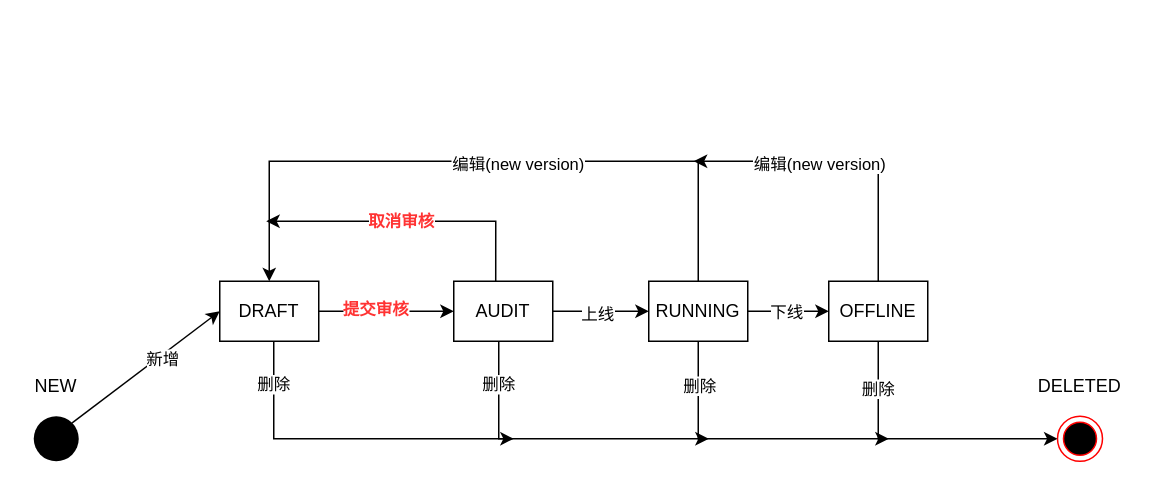
The draw.io diagram portal-state-transition.drawio in learn2Pro/draw_io_save, before the edit. Source tidied: cells renumbered, new cells numbered last; positions are measured from the earlier drawing's top-left corner, leaving out a move shared by most shapes. Both pictures are drawn from the tidied source at 150%, with x=0, y=0 at pixel (26, 160).
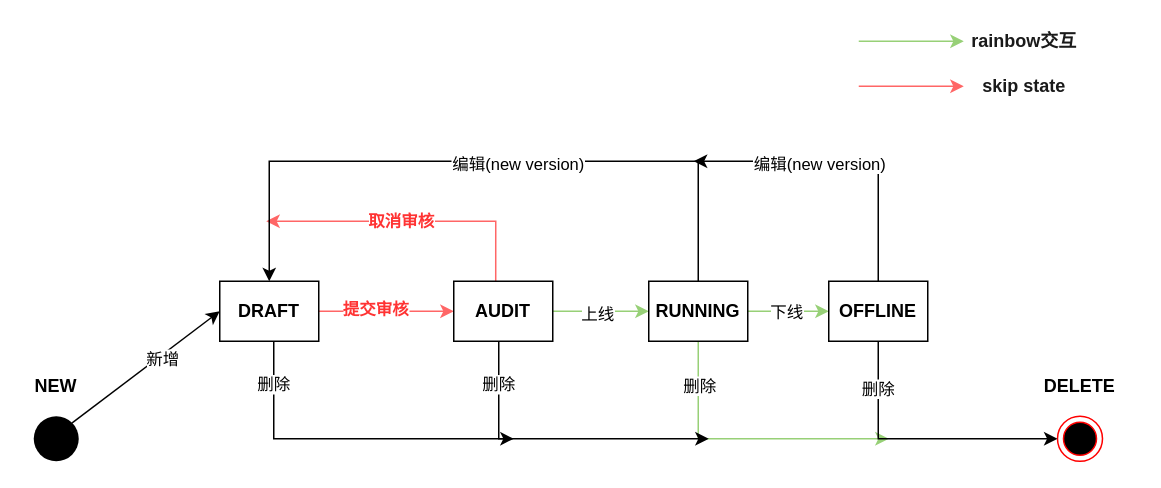
Above is the later version.

The change refers to these unchanged cells:
```xml
<mxCell id="7" style="group;" parent="1" vertex="1">
  <mxGeometry x="665" y="140" width="75" height="60" as="geometry" />
</mxCell>
<mxCell id="10" style="group;" parent="1" vertex="1">
  <mxGeometry y="140" width="40" height="60" as="geometry" />
</mxCell>
```

Diff of the diagram source:
```diff
@@
-    <mxCell id="2" style="edgeStyle=orthogonalEdgeStyle;rounded=0;jettySize=auto;html=1;entryX=0;entryY=0.5;entryDx=0;entryDy=0;" parent="1" edge="1" source="4" target="17">
+    <mxCell id="2" style="edgeStyle=orthogonalEdgeStyle;rounded=0;jettySize=auto;html=1;entryX=0;entryY=0.5;entryDx=0;entryDy=0;strokeColor=#FF6666;" parent="1" edge="1" source="4" target="17">
       <mxGeometry relative="1" as="geometry" />
     </mxCell>
@@
-    <mxCell id="4" value="DRAFT" style="rounded=0;whiteSpace=wrap;html=1;" parent="1" vertex="1">
+    <mxCell id="4" value="&lt;b&gt;DRAFT&lt;/b&gt;" style="rounded=0;whiteSpace=wrap;html=1;" parent="1" vertex="1">
       <mxGeometry x="129" y="80" width="66" height="40" as="geometry" />
     </mxCell>
@@
-    <mxCell id="9" value="DELETED" style="text;html=1;strokeColor=none;fillColor=none;align=center;verticalAlign=middle;whiteSpace=wrap;rounded=0;" parent="7" vertex="1">
+    <mxCell id="9" value="&lt;b&gt;DELETE&lt;/b&gt;" style="text;html=1;strokeColor=none;fillColor=none;align=center;verticalAlign=middle;whiteSpace=wrap;rounded=0;" parent="7" vertex="1">
       <mxGeometry width="75" height="20" as="geometry" />
     </mxCell>
@@
-    <mxCell id="12" value="NEW" style="text;html=1;strokeColor=none;fillColor=none;align=center;verticalAlign=middle;whiteSpace=wrap;rounded=0;" parent="10" vertex="1">
+    <mxCell id="12" value="&lt;b&gt;NEW&lt;/b&gt;" style="text;html=1;strokeColor=none;fillColor=none;align=center;verticalAlign=middle;whiteSpace=wrap;rounded=0;" parent="10" vertex="1">
       <mxGeometry width="40" height="20" as="geometry" />
     </mxCell>
-    <mxCell id="13" style="edgeStyle=orthogonalEdgeStyle;rounded=0;jettySize=auto;html=1;" parent="1" edge="1" source="17" target="24">
+    <mxCell id="13" style="edgeStyle=orthogonalEdgeStyle;rounded=0;jettySize=auto;html=1;fontColor=#97D077;strokeColor=#97D077;" parent="1" edge="1" source="17" target="24">
       <mxGeometry relative="1" as="geometry" />
     </mxCell>
@@
-    <mxCell id="15" style="edgeStyle=orthogonalEdgeStyle;rounded=0;jettySize=auto;html=1;exitX=0.424;exitY=0;exitDx=0;exitDy=0;exitPerimeter=0;" parent="1" edge="1" source="17">
+    <mxCell id="15" style="edgeStyle=orthogonalEdgeStyle;rounded=0;jettySize=auto;html=1;exitX=0.424;exitY=0;exitDx=0;exitDy=0;exitPerimeter=0;strokeColor=#FF6666;" parent="1" edge="1" source="17">
       <mxGeometry relative="1" as="geometry">
         <mxPoint x="160" y="40" as="targetPoint" />
         <Array as="points">
           <mxPoint x="313" y="40" />
         </Array>
       </mxGeometry>
     </mxCell>
@@
-    <mxCell id="17" value="AUDIT" style="rounded=0;whiteSpace=wrap;html=1;" parent="1" vertex="1">
+    <mxCell id="17" value="&lt;b&gt;AUDIT&lt;/b&gt;" style="rounded=0;whiteSpace=wrap;html=1;" parent="1" vertex="1">
       <mxGeometry x="285" y="80" width="66" height="40" as="geometry" />
     </mxCell>
-    <mxCell id="18" style="edgeStyle=orthogonalEdgeStyle;rounded=0;jettySize=auto;html=1;" parent="1" edge="1" source="24" target="29">
+    <mxCell id="18" style="edgeStyle=orthogonalEdgeStyle;rounded=0;jettySize=auto;html=1;strokeColor=#97D077;" parent="1" edge="1" source="24" target="29">
       <mxGeometry relative="1" as="geometry" />
     </mxCell>
@@
-    <mxCell id="20" style="edgeStyle=orthogonalEdgeStyle;rounded=0;jettySize=auto;html=1;" parent="1" edge="1" source="24">
+    <mxCell id="20" style="edgeStyle=orthogonalEdgeStyle;rounded=0;jettySize=auto;html=1;strokeColor=#97D077;" parent="1" edge="1" source="24">
       <mxGeometry relative="1" as="geometry">
         <mxPoint x="575" y="185" as="targetPoint" />
         <Array as="points">
           <mxPoint x="448" y="185" />
         </Array>
       </mxGeometry>
     </mxCell>
@@
-    <mxCell id="24" value="RUNNING" style="rounded=0;whiteSpace=wrap;html=1;" parent="1" vertex="1">
+    <mxCell id="24" value="&lt;b&gt;RUNNING&lt;/b&gt;" style="rounded=0;whiteSpace=wrap;html=1;" parent="1" vertex="1">
       <mxGeometry x="415" y="80" width="66" height="40" as="geometry" />
     </mxCell>
@@
-    <mxCell id="29" value="OFFLINE" style="rounded=0;whiteSpace=wrap;html=1;" parent="1" vertex="1">
+    <mxCell id="29" value="&lt;b&gt;OFFLINE&lt;/b&gt;" style="rounded=0;whiteSpace=wrap;html=1;" parent="1" vertex="1">
       <mxGeometry x="535" y="80" width="66" height="40" as="geometry" />
     </mxCell>
@@
+    <mxCell id="34" style="endArrow=classic;html=1;strokeColor=#97D077;fontColor=#97D077;" parent="1" edge="1">
+      <mxGeometry relative="1" as="geometry">
+        <mxPoint x="555" y="-80" as="sourcePoint" />
+        <mxPoint x="625" y="-80" as="targetPoint" />
+      </mxGeometry>
+    </mxCell>
+    <mxCell id="35" value="&lt;b&gt;&lt;font color=&quot;#1a1a1a&quot;&gt;rainbow交互&lt;/font&gt;&lt;/b&gt;" style="text;html=1;align=center;verticalAlign=middle;fontColor=#97D077;" parent="1" vertex="1">
+      <mxGeometry x="620" y="-90" width="90" height="20" as="geometry" />
+    </mxCell>
+    <mxCell id="36" style="endArrow=classic;html=1;fontColor=#97D077;strokeColor=#FF6666;" parent="1" edge="1">
+      <mxGeometry relative="1" as="geometry">
+        <mxPoint x="555" y="-50" as="sourcePoint" />
+        <mxPoint x="625" y="-50" as="targetPoint" />
+      </mxGeometry>
+    </mxCell>
+    <mxCell id="37" value="&lt;font color=&quot;#1a1a1a&quot;&gt;&lt;b&gt;skip state&lt;/b&gt;&lt;/font&gt;" style="text;html=1;align=center;verticalAlign=middle;fontColor=#97D077;" parent="1" vertex="1">
+      <mxGeometry x="630" y="-60" width="70" height="20" as="geometry" />
+    </mxCell>
```
